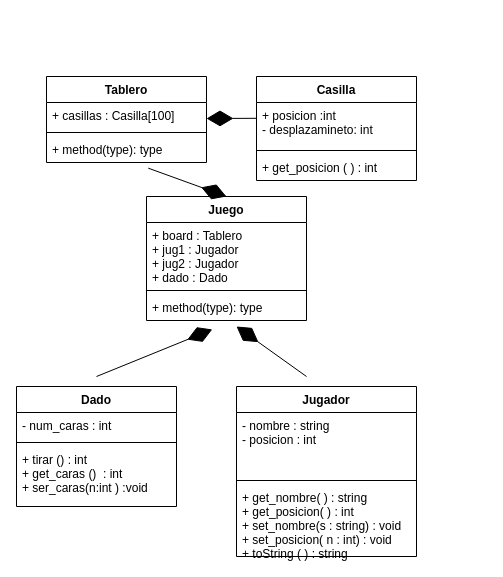
Above: sesion3/serpiente-escalera.drawio in GruposTEC/AD24TC1033-301 (draw.io), before the change. Source tidied: cells renumbered, new cells numbered last; positions are measured from the earlier drawing's top-left corner, leaving out a move shared by most shapes. Both pictures are drawn from the tidied source at 100%, with x=0, y=0 at pixel (16, 76).
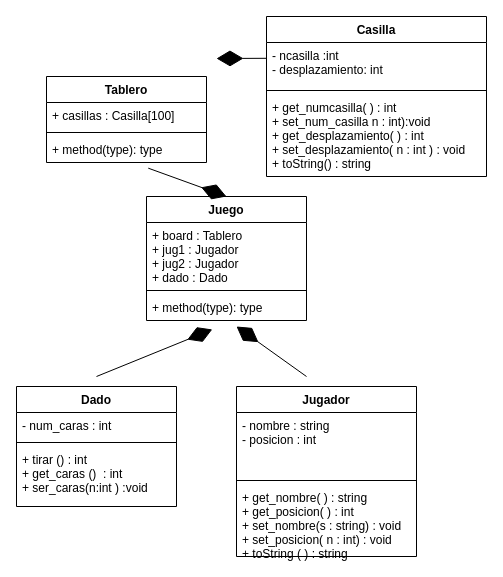
The same page after the edit.

The edit, as a diff of the source:
```diff
@@
     <mxCell id="6" value="Casilla" style="swimlane;fontStyle=1;align=center;verticalAlign=top;horizontal=1;startSize=26;" parent="1" vertex="1">
-      <mxGeometry x="240" width="160" height="104" as="geometry" />
+      <mxGeometry x="250" y="-60" width="220" height="160" as="geometry" />
     </mxCell>
-    <mxCell id="7" value="+ posicion :int&#10;- desplazamineto: int" style="text;strokeColor=none;fillColor=none;align=left;verticalAlign=top;spacingLeft=4;spacingRight=4;overflow=hidden;" parent="6" vertex="1">
-      <mxGeometry y="26" width="160" height="44" as="geometry" />
+    <mxCell id="7" value="- ncasilla :int&#10;- desplazamiento: int" style="text;strokeColor=none;fillColor=none;align=left;verticalAlign=top;spacingLeft=4;spacingRight=4;overflow=hidden;" parent="6" vertex="1">
+      <mxGeometry y="26" width="220" height="44" as="geometry" />
     </mxCell>
@@
     <mxCell id="9" style="line;strokeWidth=1;fillColor=none;align=left;verticalAlign=middle;spacingTop=-1;spacingLeft=3;spacingRight=3;labelPosition=right;strokeColor=inherit;" parent="6" vertex="1">
-      <mxGeometry y="70" width="160" height="8" as="geometry" />
+      <mxGeometry y="70" width="220" height="8" as="geometry" />
     </mxCell>
-    <mxCell id="10" value="+ get_posicion ( ) : int" style="text;strokeColor=none;fillColor=none;align=left;verticalAlign=top;spacingLeft=4;spacingRight=4;overflow=hidden;" parent="6" vertex="1">
-      <mxGeometry y="78" width="160" height="26" as="geometry" />
+    <mxCell id="10" value="+ get_numcasilla( ) : int&#10;+ set_num_casilla n : int):void&#10;+ get_desplazamiento( ) : int&#10;+ set_desplazamiento( n : int ) : void&#10;+ toString() : string" style="text;strokeColor=none;fillColor=none;align=left;verticalAlign=top;spacingLeft=4;spacingRight=4;overflow=hidden;" parent="6" vertex="1">
+      <mxGeometry y="78" width="220" height="82" as="geometry" />
     </mxCell>
```
